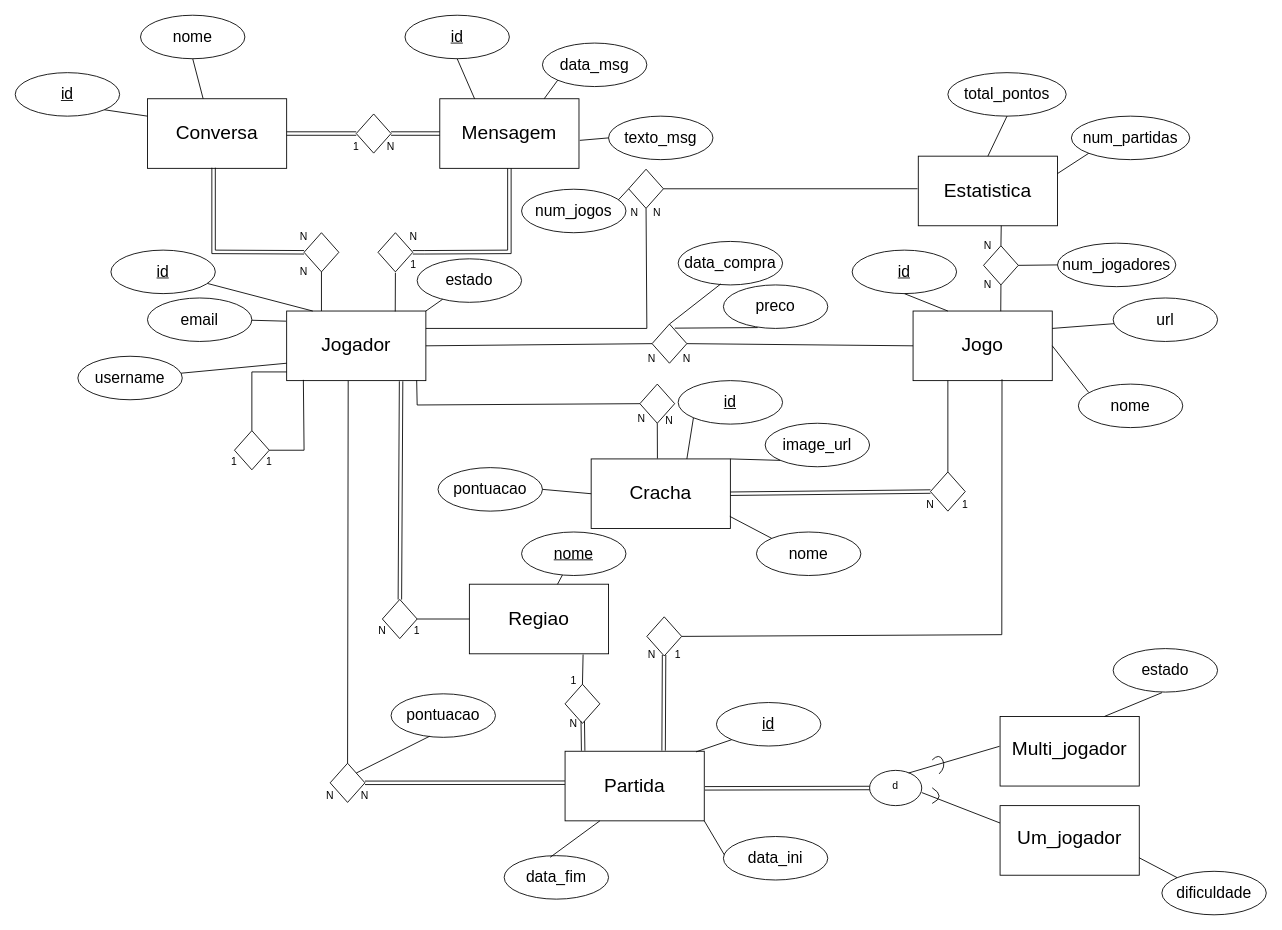
DanCas09/SI keeps this draw.io diagram as 1trb/docs/Modelos/Diagrama EA/Diagrama.drawio. Above is the earlier version. Source tidied: cells renumbered, new cells numbered last; positions are measured from the earlier drawing's top-left corner, leaving out a move shared by most shapes. Both pictures are drawn from the tidied source at 87%, with x=0, y=0 at pixel (15, 15).
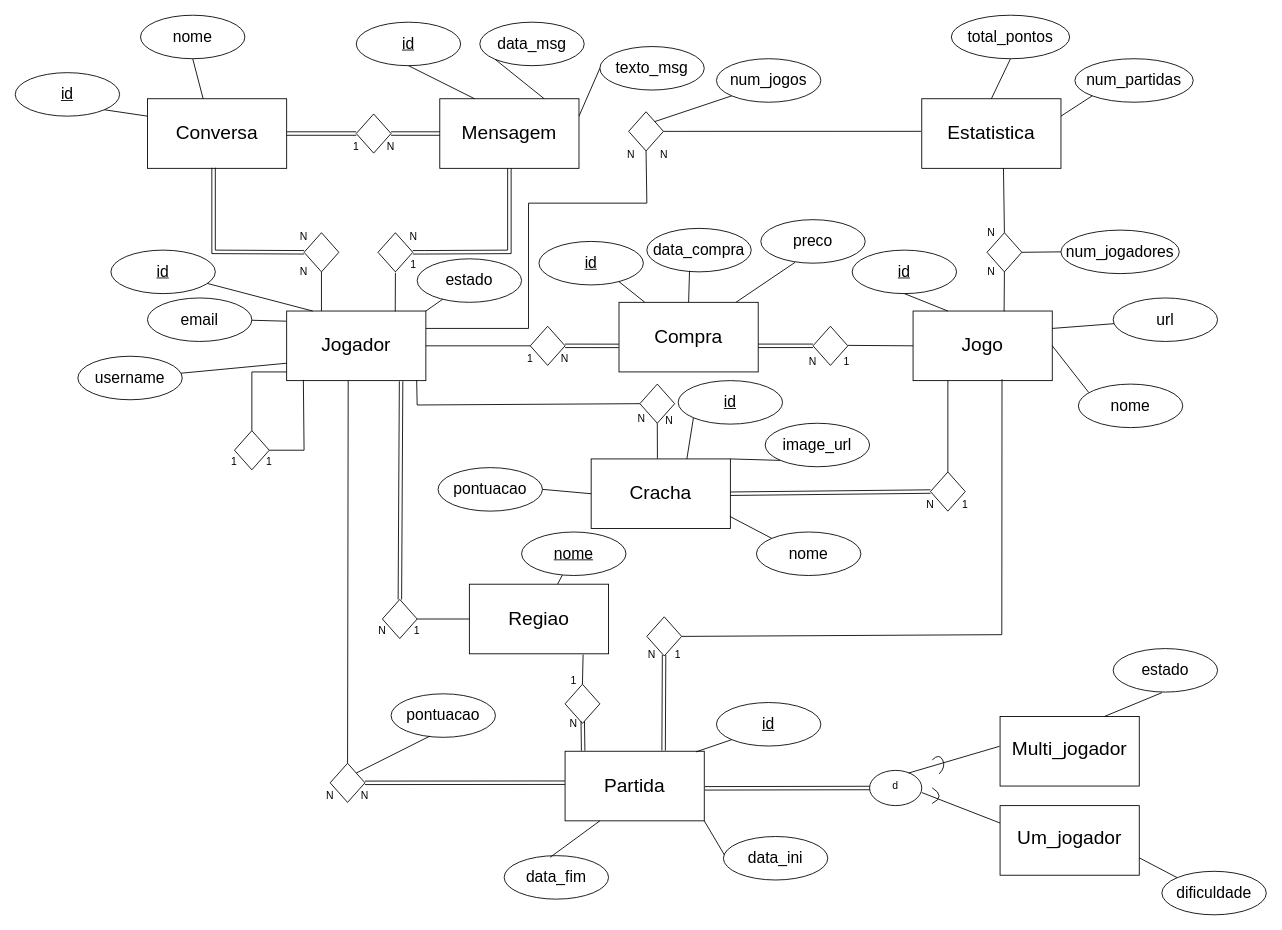
Above is the later version.

Unchanged cells that the change refers to:
```xml
<mxCell id="2" style="rounded=0;whiteSpace=wrap;html=1;" parent="1" vertex="1">
  <mxGeometry x="312" y="340" width="160" height="80" as="geometry" />
</mxCell>
<mxCell id="26" style="rounded=0;whiteSpace=wrap;html=1;" parent="1" vertex="1">
  <mxGeometry x="1032" y="340" width="160" height="80" as="geometry" />
</mxCell>
<mxCell id="108" style="rounded=0;whiteSpace=wrap;html=1;" parent="1" vertex="1">
  <mxGeometry x="488" y="96" width="160" height="80" as="geometry" />
</mxCell>
```

Diff of the diagram source:
```diff
@@
-    <mxCell id="28" style="rhombus;whiteSpace=wrap;html=1;" parent="1" vertex="1">
-      <mxGeometry x="732" y="355" width="40" height="45" as="geometry" />
-    </mxCell>
-    <mxCell id="29" style="endArrow=none;html=1;rounded=0;exitX=1;exitY=0.5;exitDx=0;exitDy=0;entryX=0;entryY=0.5;entryDx=0;entryDy=0;" parent="1" edge="1" source="2" target="28">
+    <mxCell id="29" style="endArrow=none;html=1;rounded=0;exitX=1;exitY=0.5;exitDx=0;exitDy=0;entryX=0.5;entryY=0;entryDx=0;entryDy=0;" parent="1" edge="1" source="2" target="164">
       <mxGeometry relative="1" as="geometry" />
     </mxCell>
-    <mxCell id="30" style="endArrow=none;html=1;rounded=0;entryX=1;entryY=0.5;entryDx=0;entryDy=0;exitX=0;exitY=0.5;exitDx=0;exitDy=0;" parent="1" edge="1" source="26" target="28">
+    <mxCell id="30" style="endArrow=none;html=1;rounded=0;exitX=0;exitY=0.5;exitDx=0;exitDy=0;entryX=0.521;entryY=-0.1;entryDx=0;entryDy=0;entryPerimeter=0;" parent="1" edge="1" source="26" target="162">
       <mxGeometry relative="1" as="geometry" />
     </mxCell>
-    <mxCell id="31" value="N" style="text;html=1;strokeColor=none;fillColor=none;align=center;verticalAlign=middle;whiteSpace=wrap;rounded=0;" parent="1" vertex="1">
-      <mxGeometry x="702" y="380" width="60" height="30" as="geometry" />
-    </mxCell>
-    <mxCell id="32" value="N" style="text;html=1;strokeColor=none;fillColor=none;align=center;verticalAlign=middle;whiteSpace=wrap;rounded=0;" parent="1" vertex="1">
-      <mxGeometry x="742" y="380" width="60" height="30" as="geometry" />
-    </mxCell>
@@
     <mxCell id="48" value="&lt;font style=&quot;font-size: 18px;&quot;&gt;preco&lt;/font&gt;" style="ellipse;whiteSpace=wrap;html=1;" parent="1" vertex="1">
-      <mxGeometry x="814" y="310" width="120" height="50" as="geometry" />
+      <mxGeometry x="857" y="235" width="120" height="50" as="geometry" />
     </mxCell>
     <mxCell id="49" value="&lt;font style=&quot;font-size: 18px;&quot;&gt;data_compra&lt;/font&gt;" style="ellipse;whiteSpace=wrap;html=1;" parent="1" vertex="1">
-      <mxGeometry x="762" y="260" width="120" height="50" as="geometry" />
+      <mxGeometry x="726" y="245" width="120" height="50" as="geometry" />
     </mxCell>
@@
-    <mxCell id="69" style="endArrow=none;html=1;rounded=0;entryX=0.5;entryY=0;entryDx=0;entryDy=0;exitX=0.409;exitY=0.976;exitDx=0;exitDy=0;exitPerimeter=0;" parent="1" edge="1" source="49" target="28">
+    <mxCell id="69" style="endArrow=none;html=1;rounded=0;exitX=0.409;exitY=0.976;exitDx=0;exitDy=0;exitPerimeter=0;entryX=0.5;entryY=0;entryDx=0;entryDy=0;" parent="1" edge="1" source="49" target="156">
       <mxGeometry relative="1" as="geometry" />
     </mxCell>
-    <mxCell id="70" style="endArrow=none;html=1;rounded=0;exitX=0.328;exitY=0.981;exitDx=0;exitDy=0;entryX=0.651;entryY=0.104;entryDx=0;entryDy=0;entryPerimeter=0;exitPerimeter=0;" parent="1" edge="1" source="48" target="28">
+    <mxCell id="70" style="endArrow=none;html=1;rounded=0;exitX=0.328;exitY=0.981;exitDx=0;exitDy=0;exitPerimeter=0;entryX=0.836;entryY=0.005;entryDx=0;entryDy=0;entryPerimeter=0;" parent="1" edge="1" source="48" target="156">
       <mxGeometry relative="1" as="geometry" />
     </mxCell>
@@
     <mxCell id="97" style="rhombus;whiteSpace=wrap;html=1;" parent="1" vertex="1">
-      <mxGeometry x="705.1" y="177" width="40" height="45" as="geometry" />
+      <mxGeometry x="705.1" y="111" width="40" height="45" as="geometry" />
     </mxCell>
     <mxCell id="98" value="N" style="text;html=1;strokeColor=none;fillColor=none;align=center;verticalAlign=middle;whiteSpace=wrap;rounded=0;" parent="1" vertex="1">
-      <mxGeometry x="708" y="212" width="60" height="30" as="geometry" />
+      <mxGeometry x="716" y="146" width="60" height="30" as="geometry" />
     </mxCell>
     <mxCell id="99" value="N" style="text;html=1;strokeColor=none;fillColor=none;align=center;verticalAlign=middle;whiteSpace=wrap;rounded=0;" parent="1" vertex="1">
-      <mxGeometry x="682" y="212" width="60" height="30" as="geometry" />
+      <mxGeometry x="678" y="146" width="60" height="30" as="geometry" />
     </mxCell>
     <mxCell id="100" value="&lt;font style=&quot;font-size: 18px;&quot;&gt;num_jogos&lt;/font&gt;" style="ellipse;whiteSpace=wrap;html=1;" parent="1" vertex="1">
-      <mxGeometry x="582" y="200" width="120" height="50" as="geometry" />
+      <mxGeometry x="806" y="50" width="120" height="50" as="geometry" />
     </mxCell>
-    <mxCell id="101" style="endArrow=none;html=1;rounded=0;entryX=0;entryY=0.5;entryDx=0;entryDy=0;exitX=0.927;exitY=0.246;exitDx=0;exitDy=0;exitPerimeter=0;" parent="1" edge="1" source="100" target="97">
+    <mxCell id="101" style="endArrow=none;html=1;rounded=0;entryX=1;entryY=0;entryDx=0;entryDy=0;exitX=0;exitY=1;exitDx=0;exitDy=0;" parent="1" edge="1" source="100" target="97">
       <mxGeometry relative="1" as="geometry" />
     </mxCell>
@@
     <mxCell id="123" value="&lt;span style=&quot;font-size: 18px;&quot;&gt;&lt;u style=&quot;&quot;&gt;id&lt;/u&gt;&lt;/span&gt;" style="ellipse;whiteSpace=wrap;html=1;" parent="1" vertex="1">
-      <mxGeometry x="448" width="120" height="50" as="geometry" />
+      <mxGeometry x="392" y="8" width="120" height="50" as="geometry" />
     </mxCell>
     <mxCell id="124" value="&lt;span style=&quot;font-size: 18px;&quot;&gt;data_msg&lt;/span&gt;" style="ellipse;whiteSpace=wrap;html=1;" parent="1" vertex="1">
-      <mxGeometry x="606" y="32" width="120" height="50" as="geometry" />
+      <mxGeometry x="534" y="8" width="120" height="50" as="geometry" />
     </mxCell>
     <mxCell id="125" value="&lt;span style=&quot;font-size: 18px;&quot;&gt;texto_msg&lt;/span&gt;" style="ellipse;whiteSpace=wrap;html=1;" parent="1" vertex="1">
-      <mxGeometry x="682" y="116" width="120" height="50" as="geometry" />
+      <mxGeometry x="672" y="36" width="120" height="50" as="geometry" />
     </mxCell>
@@
-    <mxCell id="128" style="endArrow=none;html=1;rounded=0;entryX=0;entryY=0.5;entryDx=0;entryDy=0;exitX=1.006;exitY=0.598;exitDx=0;exitDy=0;exitPerimeter=0;" parent="1" edge="1" source="108" target="125">
+    <mxCell id="128" style="endArrow=none;html=1;rounded=0;entryX=0;entryY=0.5;entryDx=0;entryDy=0;exitX=1;exitY=0.25;exitDx=0;exitDy=0;" parent="1" edge="1" source="108" target="125">
       <mxGeometry relative="1" as="geometry" />
     </mxCell>
@@
-    <mxCell id="135" style="endArrow=none;html=1;rounded=0;exitX=1;exitY=0.25;exitDx=0;exitDy=0;entryX=0.5;entryY=1;entryDx=0;entryDy=0;" parent="1" edge="1" source="2" target="97">
+    <mxCell id="135" style="endArrow=none;html=1;rounded=0;exitX=1;exitY=0.25;exitDx=0;exitDy=0;" parent="1" edge="1" source="2">
       <mxGeometry relative="1" as="geometry">
+        <mxPoint x="590" y="216" as="targetPoint" />
         <Array as="points">
-          <mxPoint x="726" y="360" />
+          <mxPoint x="590" y="360" />
         </Array>
       </mxGeometry>
     </mxCell>
     <mxCell id="136" style="rounded=0;whiteSpace=wrap;html=1;" parent="1" vertex="1">
-      <mxGeometry x="1038" y="162" width="160" height="80" as="geometry" />
+      <mxGeometry x="1042" y="96" width="160" height="80" as="geometry" />
     </mxCell>
     <mxCell id="137" value="&lt;font style=&quot;font-size: 22px;&quot;&gt;Estatistica&lt;/font&gt;" style="text;html=1;strokeColor=none;fillColor=none;align=center;verticalAlign=middle;whiteSpace=wrap;rounded=0;" parent="1" vertex="1">
-      <mxGeometry x="1078" y="182" width="80" height="40" as="geometry" />
+      <mxGeometry x="1082" y="116" width="80" height="40" as="geometry" />
     </mxCell>
     <mxCell id="138" style="rhombus;whiteSpace=wrap;html=1;" parent="1" vertex="1">
-      <mxGeometry x="1113" y="265" width="40" height="45" as="geometry" />
+      <mxGeometry x="1117" y="250" width="40" height="45" as="geometry" />
     </mxCell>
     <mxCell id="139" value="N" style="text;html=1;strokeColor=none;fillColor=none;align=center;verticalAlign=middle;whiteSpace=wrap;rounded=0;" parent="1" vertex="1">
-      <mxGeometry x="1088" y="295" width="60" height="30" as="geometry" />
+      <mxGeometry x="1092" y="280" width="60" height="30" as="geometry" />
     </mxCell>
     <mxCell id="140" value="N" style="text;html=1;strokeColor=none;fillColor=none;align=center;verticalAlign=middle;whiteSpace=wrap;rounded=0;" parent="1" vertex="1">
-      <mxGeometry x="1088" y="250" width="60" height="30" as="geometry" />
+      <mxGeometry x="1092" y="235" width="60" height="30" as="geometry" />
     </mxCell>
-    <mxCell id="141" style="endArrow=none;html=1;rounded=0;entryX=0.5;entryY=1;entryDx=0;entryDy=0;exitX=0.63;exitY=0.003;exitDx=0;exitDy=0;exitPerimeter=0;" parent="1" edge="1" source="26" target="138">
+    <mxCell id="141" style="endArrow=none;html=1;rounded=0;entryX=0.5;entryY=1;entryDx=0;entryDy=0;exitX=0.654;exitY=0.005;exitDx=0;exitDy=0;exitPerimeter=0;" parent="1" edge="1" source="26" target="138">
       <mxGeometry relative="1" as="geometry" />
     </mxCell>
-    <mxCell id="142" style="endArrow=none;html=1;rounded=0;entryX=0.596;entryY=0.999;entryDx=0;entryDy=0;entryPerimeter=0;exitX=0.5;exitY=0;exitDx=0;exitDy=0;" parent="1" edge="1" source="138" target="136">
-      <mxGeometry relative="1" as="geometry" />
-    </mxCell>
     <mxCell id="143" value="&lt;span style=&quot;font-size: 18px;&quot;&gt;num_jogadores&lt;/span&gt;" style="ellipse;whiteSpace=wrap;html=1;" parent="1" vertex="1">
-      <mxGeometry x="1198" y="262" width="136" height="50" as="geometry" />
+      <mxGeometry x="1202" y="247" width="136" height="50" as="geometry" />
     </mxCell>
@@
     <mxCell id="146" value="&lt;span style=&quot;font-size: 18px;&quot;&gt;total_pontos&lt;/span&gt;" style="ellipse;whiteSpace=wrap;html=1;" parent="1" vertex="1">
-      <mxGeometry x="1072" y="66" width="136" height="50" as="geometry" />
+      <mxGeometry x="1076" width="136" height="50" as="geometry" />
     </mxCell>
     <mxCell id="147" value="&lt;span style=&quot;font-size: 18px;&quot;&gt;num_partidas&lt;/span&gt;" style="ellipse;whiteSpace=wrap;html=1;" parent="1" vertex="1">
-      <mxGeometry x="1214" y="116" width="136" height="50" as="geometry" />
+      <mxGeometry x="1218" y="50" width="136" height="50" as="geometry" />
     </mxCell>
@@
+    <mxCell id="142" style="endArrow=none;html=1;rounded=0;entryX=0.587;entryY=0.998;entryDx=0;entryDy=0;entryPerimeter=0;exitX=0.5;exitY=0;exitDx=0;exitDy=0;" parent="1" edge="1" source="138" target="136">
+      <mxGeometry relative="1" as="geometry" />
+    </mxCell>
+    <mxCell id="155" style="endArrow=none;html=1;rounded=0;entryX=0.5;entryY=1;entryDx=0;entryDy=0;" parent="1" edge="1" target="97">
+      <mxGeometry relative="1" as="geometry">
+        <mxPoint x="590" y="216" as="sourcePoint" />
+        <Array as="points">
+          <mxPoint x="726" y="216" />
+        </Array>
+      </mxGeometry>
+    </mxCell>
+    <mxCell id="156" style="rounded=0;whiteSpace=wrap;html=1;" parent="1" vertex="1">
+      <mxGeometry x="694" y="330" width="160" height="80" as="geometry" />
+    </mxCell>
+    <mxCell id="157" value="&lt;font style=&quot;font-size: 22px;&quot;&gt;Compra&lt;/font&gt;" style="text;html=1;strokeColor=none;fillColor=none;align=center;verticalAlign=middle;whiteSpace=wrap;rounded=0;" parent="1" vertex="1">
+      <mxGeometry x="734" y="350" width="80" height="40" as="geometry" />
+    </mxCell>
+    <mxCell id="158" value="&lt;font style=&quot;font-size: 18px;&quot;&gt;&lt;u&gt;id&lt;/u&gt;&lt;/font&gt;" style="ellipse;whiteSpace=wrap;html=1;" parent="1" vertex="1">
+      <mxGeometry x="602" y="260" width="120" height="50" as="geometry" />
+    </mxCell>
+    <mxCell id="159" style="endArrow=none;html=1;rounded=0;entryX=0.766;entryY=0.924;entryDx=0;entryDy=0;entryPerimeter=0;exitX=0.184;exitY=-0.003;exitDx=0;exitDy=0;exitPerimeter=0;" parent="1" edge="1" source="156" target="158">
+      <mxGeometry relative="1" as="geometry" />
+    </mxCell>
+    <mxCell id="160" style="rhombus;whiteSpace=wrap;html=1;" parent="1" vertex="1">
+      <mxGeometry x="917" y="357.5" width="40" height="45" as="geometry" />
+    </mxCell>
+    <mxCell id="161" value="N" style="text;html=1;strokeColor=none;fillColor=none;align=center;verticalAlign=middle;whiteSpace=wrap;rounded=0;" parent="1" vertex="1">
+      <mxGeometry x="887" y="382.5" width="60" height="30" as="geometry" />
+    </mxCell>
+    <mxCell id="162" value="1" style="text;html=1;strokeColor=none;fillColor=none;align=center;verticalAlign=middle;whiteSpace=wrap;rounded=0;" parent="1" vertex="1">
+      <mxGeometry x="926" y="382.5" width="60" height="30" as="geometry" />
+    </mxCell>
+    <mxCell id="163" style="rhombus;whiteSpace=wrap;html=1;" parent="1" vertex="1">
+      <mxGeometry x="592" y="357.5" width="40" height="45" as="geometry" />
+    </mxCell>
+    <mxCell id="164" value="1" style="text;html=1;strokeColor=none;fillColor=none;align=center;verticalAlign=middle;whiteSpace=wrap;rounded=0;" parent="1" vertex="1">
+      <mxGeometry x="562" y="380" width="60" height="30" as="geometry" />
+    </mxCell>
+    <mxCell id="165" value="N" style="text;html=1;strokeColor=none;fillColor=none;align=center;verticalAlign=middle;whiteSpace=wrap;rounded=0;" parent="1" vertex="1">
+      <mxGeometry x="602" y="380" width="60" height="30" as="geometry" />
+    </mxCell>
+    <mxCell id="166" style="shape=link;html=1;rounded=0;entryX=0;entryY=0.5;entryDx=0;entryDy=0;" parent="1" edge="1" target="160">
+      <mxGeometry relative="1" as="geometry">
+        <mxPoint x="854" y="380" as="sourcePoint" />
+      </mxGeometry>
+    </mxCell>
+    <mxCell id="167" style="shape=link;html=1;rounded=0;exitX=0.5;exitY=0;exitDx=0;exitDy=0;entryX=-0.002;entryY=0.626;entryDx=0;entryDy=0;entryPerimeter=0;" parent="1" edge="1" source="165" target="156">
+      <mxGeometry relative="1" as="geometry" />
+    </mxCell>
```
